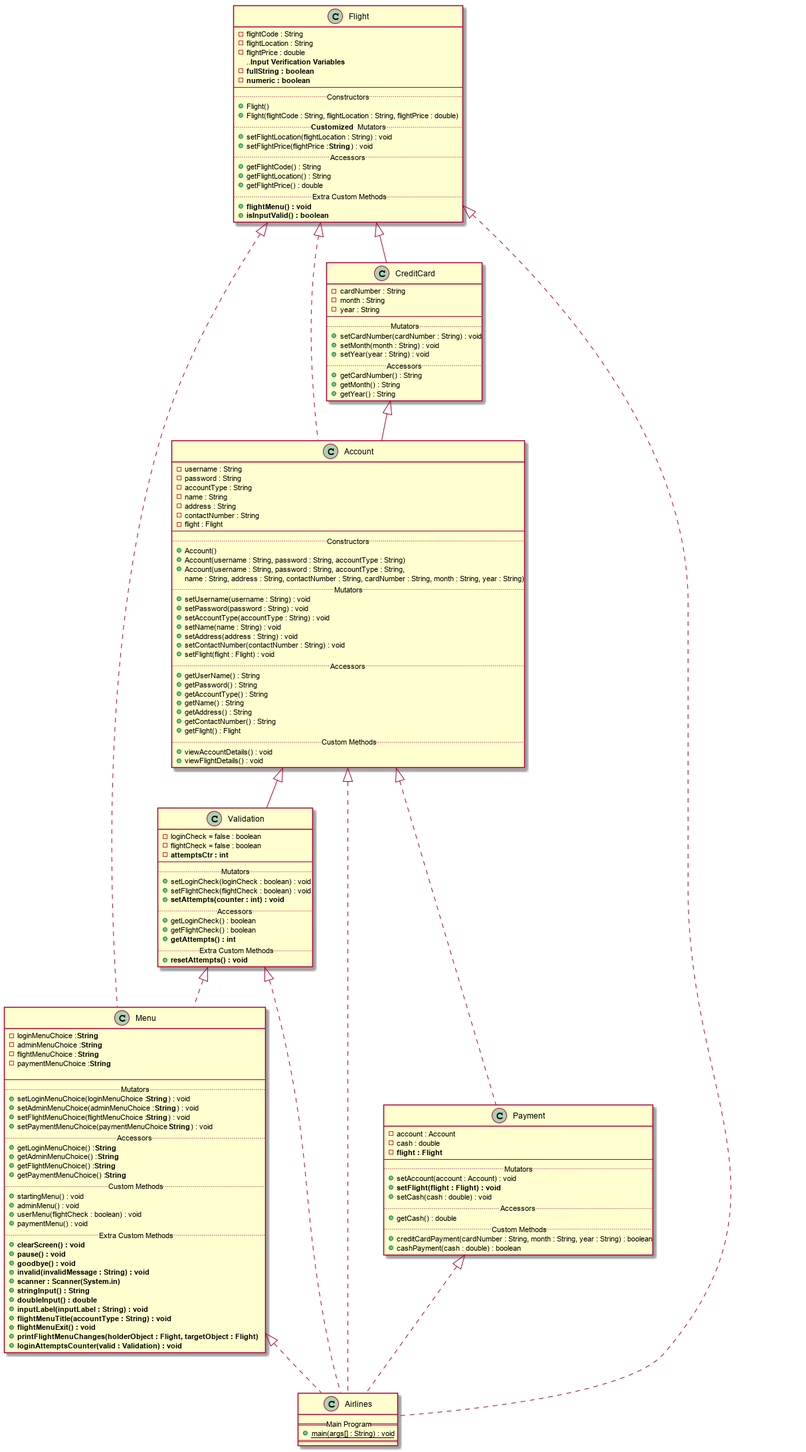
Earlier version of the PlantUML export out/Java Projects/Grade 11/DeGuzmanIAN-Llantos_JavaAirlines/Descriptions-Diagrams/ClassDiagrams/ClassDiagrams.png (metaeatscake/schoolfiles).
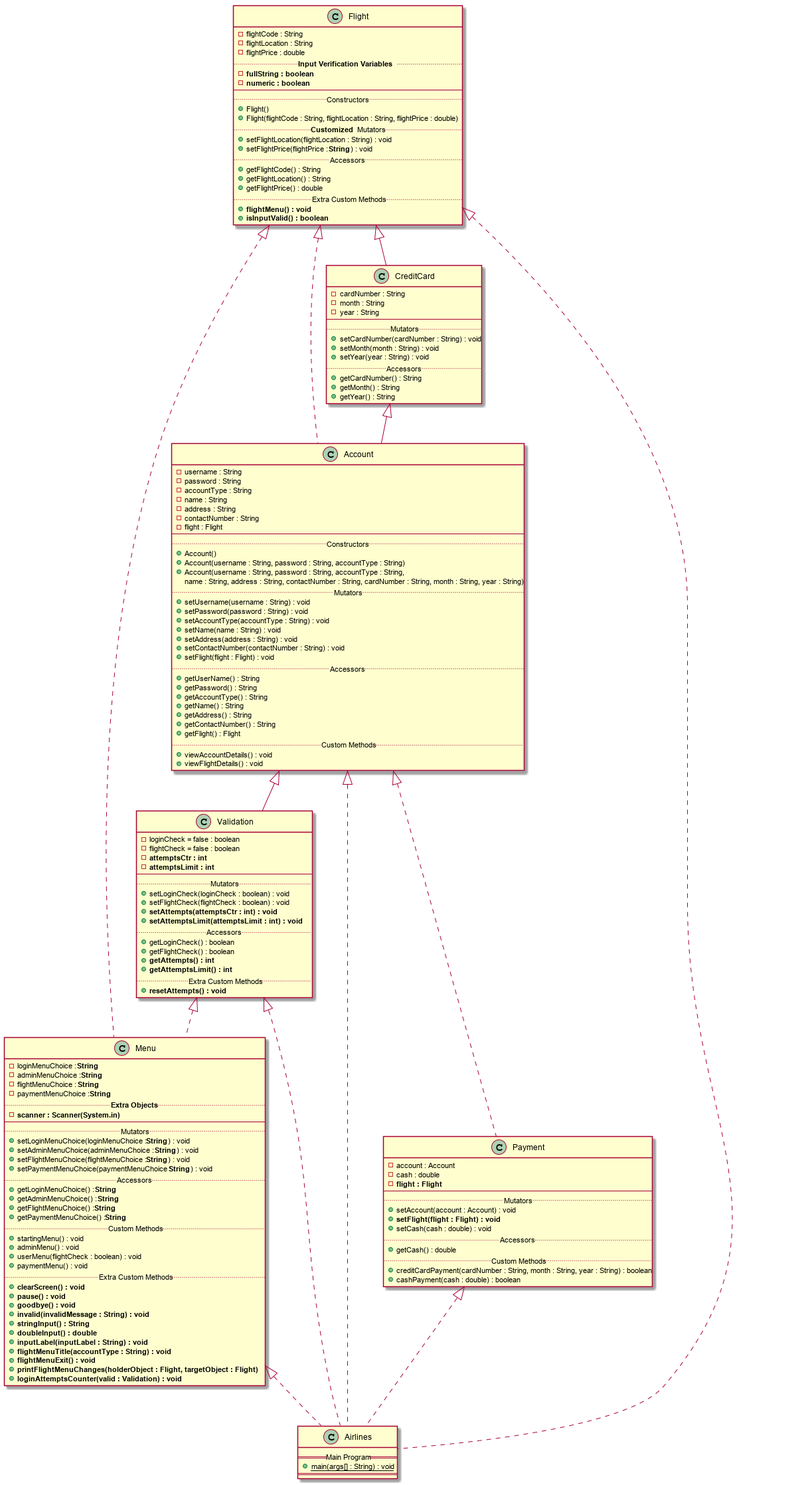
After the commit.

Commit message:
Login attempts counter, and admin now working properly

Diff of the diagram source:
```diff
@@ -5,7 +5,8 @@
     -adminMenuChoice : **String**
     -flightMenuChoice : **String**
     -paymentMenuChoice : **String**
-
+    ..**Extra Objects**..
+    -{field}**scanner : Scanner(System.in)**
     --
     ..Mutators..
     +setLoginMenuChoice(loginMenuChoice : **String**) : void
@@ -27,7 +28,6 @@
     +**pause() : void**
     +**goodbye() : void**
     +**invalid(invalidMessage : String) : void**
-    +**scanner : Scanner(System.in)**
     +**stringInput() : String**
     +**doubleInput() : double**
     +**inputLabel(inputLabel : String) : void**
@@ -59,7 +59,7 @@
     -flightCode : String
     -flightLocation : String
     -flightPrice : double
-    ..**Input Verification Variables**
+    ..**Input Verification Variables**..
     -**fullString : boolean**
     -**numeric : boolean**
     --
@@ -135,15 +135,18 @@
     -loginCheck = false : boolean
     -flightCheck = false : boolean
     -**attemptsCtr : int**
+    -**attemptsLimit : int**
     --
     ..Mutators..
     +setLoginCheck(loginCheck : boolean) : void
     +setFlightCheck(flightCheck : boolean) : void
-    +**setAttempts(counter : int) : void**
+    +**setAttempts(attemptsCtr : int) : void**
+    +**setAttemptsLimit(attemptsLimit : int) : void**
     ..Accessors..
     +getLoginCheck() : boolean
     +getFlightCheck() : boolean
     +**getAttempts() : int**
+    +**getAttemptsLimit() : int**
     ..Extra Custom Methods..
     +**resetAttempts() : void**
 }
```
